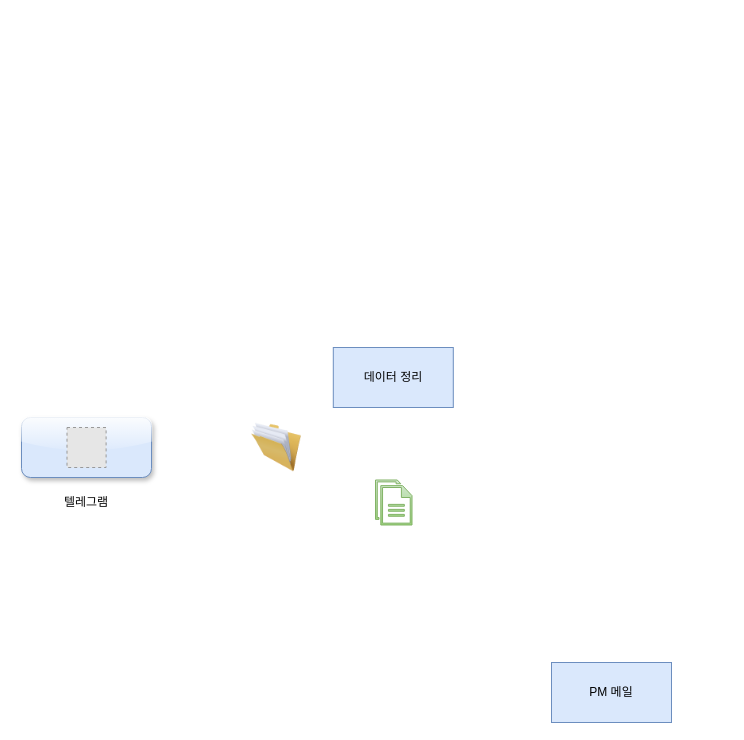
Above: page "페이지-2의 복사본" (3 of 3) of cert도식화.drawio in what0302/testing.github.io (draw.io), before the change. Source tidied: cells renumbered, new cells numbered last; positions are measured from the earlier drawing's top-left corner, leaving out a move shared by most shapes. Both pictures are drawn from the tidied source at 100%, with x=0, y=0 at pixel (21, 347). Pictures stored in the file or linked from it are replaced by grey dashed boxes.
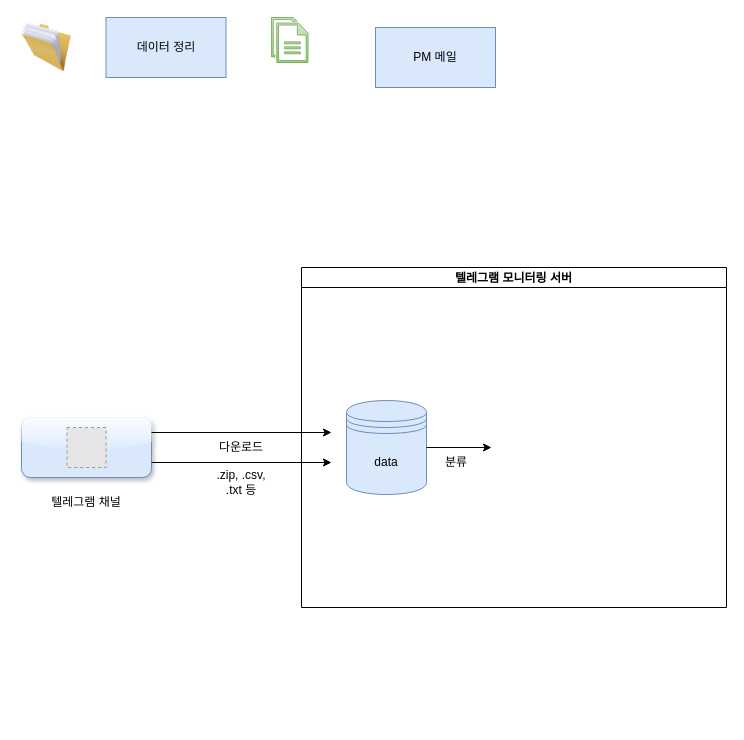
After the change.

Change to the diagram source:
```diff
@@
 <mxGraphModel>
   <root>
     <mxCell id="0" />
     <mxCell id="1" parent="0" />
     <mxCell id="2" style="rounded=1;whiteSpace=wrap;html=1;fillColor=#dae8fc;strokeColor=#6c8ebf;gradientColor=none;glass=1;shadow=1;" parent="1" vertex="1">
       <mxGeometry y="70" width="130" height="60" as="geometry" />
     </mxCell>
     <mxCell id="3" style="fillColor=#E6E6E6;strokeColor=#999999;dashed=1;verticalLabelPosition=bottom;verticalAlign=top;" parent="1" vertex="1">
       <mxGeometry x="45.5" y="80" width="39.1" height="40" as="geometry" />
     </mxCell>
-    <mxCell id="4" value="텔레그램" style="text;html=1;align=center;verticalAlign=middle;whiteSpace=wrap;rounded=0;" parent="1" vertex="1">
-      <mxGeometry x="35" y="140" width="60" height="30" as="geometry" />
+    <mxCell id="4" value="텔레그램 채널" style="text;html=1;align=center;verticalAlign=middle;whiteSpace=wrap;rounded=0;" parent="1" vertex="1">
+      <mxGeometry x="10" y="140" width="110" height="30" as="geometry" />
     </mxCell>
     <mxCell id="5" style="image;html=1;image=img/lib/clip_art/general/Full_Folder_128x128.png;" parent="1" vertex="1">
-      <mxGeometry x="230" y="70" width="50" height="60" as="geometry" />
+      <mxGeometry y="-330" width="50" height="60" as="geometry" />
     </mxCell>
     <mxCell id="6" value="데이터 정리" style="rounded=0;whiteSpace=wrap;html=1;fillColor=#dae8fc;strokeColor=#6c8ebf;" parent="1" vertex="1">
-      <mxGeometry x="311.8" width="120" height="60" as="geometry" />
+      <mxGeometry x="84.5" y="-330" width="120" height="60" as="geometry" />
     </mxCell>
     <mxCell id="7" style="edgeStyle=orthogonalEdgeStyle;rounded=0;orthogonalLoop=1;jettySize=auto;html=1;exitX=0.5;exitY=1;exitDx=0;exitDy=0;" parent="1" edge="1" source="6" target="6">
       <mxGeometry relative="1" as="geometry" />
     </mxCell>
     <mxCell id="8" value="PM 메일" style="rounded=0;whiteSpace=wrap;html=1;fillColor=#dae8fc;strokeColor=#6c8ebf;" parent="1" vertex="1">
-      <mxGeometry x="530" y="315" width="120" height="60" as="geometry" />
+      <mxGeometry x="354" y="-320" width="120" height="60" as="geometry" />
     </mxCell>
     <mxCell id="9" style="sketch=0;shadow=0;dashed=0;html=1;strokeColor=#82b366;fillColor=#d5e8d4;labelPosition=center;verticalLabelPosition=bottom;verticalAlign=top;align=center;shape=mxgraph.office.concepts.documents;gradientColor=#97d077;" parent="1" vertex="1">
-      <mxGeometry x="354" y="132.5" width="36.5" height="45" as="geometry" />
+      <mxGeometry x="250" y="-330" width="36.5" height="45" as="geometry" />
     </mxCell>
+    <mxCell id="10" style="endArrow=classic;html=1;rounded=0;exitX=1;exitY=0.25;exitDx=0;exitDy=0;" parent="1" edge="1" source="2">
+      <mxGeometry relative="1" as="geometry">
+        <mxPoint x="310" y="85" as="targetPoint" />
+      </mxGeometry>
+    </mxCell>
+    <mxCell id="11" value="다운로드" style="text;html=1;align=center;verticalAlign=middle;whiteSpace=wrap;rounded=0;" parent="1" vertex="1">
+      <mxGeometry x="190" y="85" width="60" height="30" as="geometry" />
+    </mxCell>
+    <mxCell id="12" style="endArrow=classic;html=1;rounded=0;exitX=1;exitY=0.75;exitDx=0;exitDy=0;" parent="1" edge="1" source="2">
+      <mxGeometry relative="1" as="geometry">
+        <mxPoint x="310" y="115" as="targetPoint" />
+      </mxGeometry>
+    </mxCell>
+    <mxCell id="13" value=".zip, .csv, .txt 등" style="text;html=1;align=center;verticalAlign=middle;whiteSpace=wrap;rounded=0;" parent="1" vertex="1">
+      <mxGeometry x="190" y="120" width="60" height="30" as="geometry" />
+    </mxCell>
+    <mxCell id="14" value="텔레그램 모니터링 서버" style="swimlane;startSize=20;horizontal=1;horizontalTree=0;containerType=tree;fontSize=12;" parent="1" vertex="1">
+      <mxGeometry x="280" y="-80" width="425" height="340" as="geometry" />
+    </mxCell>
+    <mxCell id="15" value="분류" style="text;html=1;align=center;verticalAlign=middle;whiteSpace=wrap;rounded=0;" parent="14" vertex="1">
+      <mxGeometry x="125" y="180" width="60" height="30" as="geometry" />
+    </mxCell>
+    <mxCell id="16" value="data" style="shape=datastore;whiteSpace=wrap;html=1;fillColor=#dae8fc;strokeColor=#6c8ebf;" parent="14" vertex="1">
+      <mxGeometry x="45" y="133" width="80" height="94" as="geometry" />
+    </mxCell>
+    <mxCell id="17" style="endArrow=classic;html=1;rounded=0;exitX=1;exitY=0.5;exitDx=0;exitDy=0;" parent="1" edge="1" source="16">
+      <mxGeometry relative="1" as="geometry">
+        <mxPoint x="470" y="100" as="targetPoint" />
+      </mxGeometry>
+    </mxCell>
   </root>
 </mxGraphModel>
```
